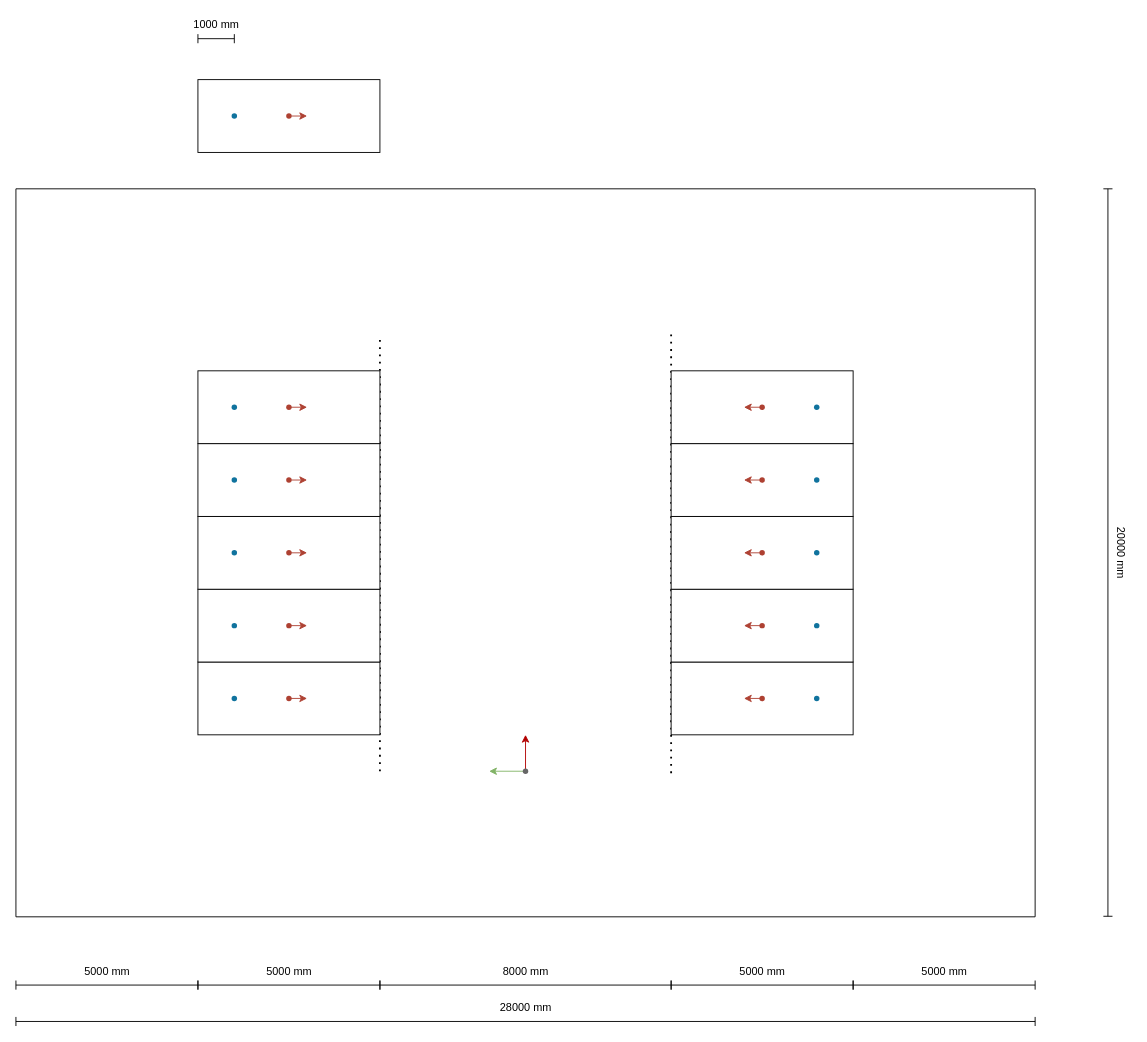
Before: page "left_right_5x5_parkingSpace" (2 of 5) of APA_PATH/20220227_7502_ros_simu_env_parkinglot.assets/ros_sim_env_parkinglot_scenarios.drawio in codeBeefFly/DocsCollection, a draw.io diagram. Source tidied: cells renumbered, new cells numbered last; positions are measured from the earlier drawing's top-left corner, leaving out a move shared by most shapes. Both pictures are drawn from the tidied source at 91%, with x=0, y=0 at pixel (15, 15).
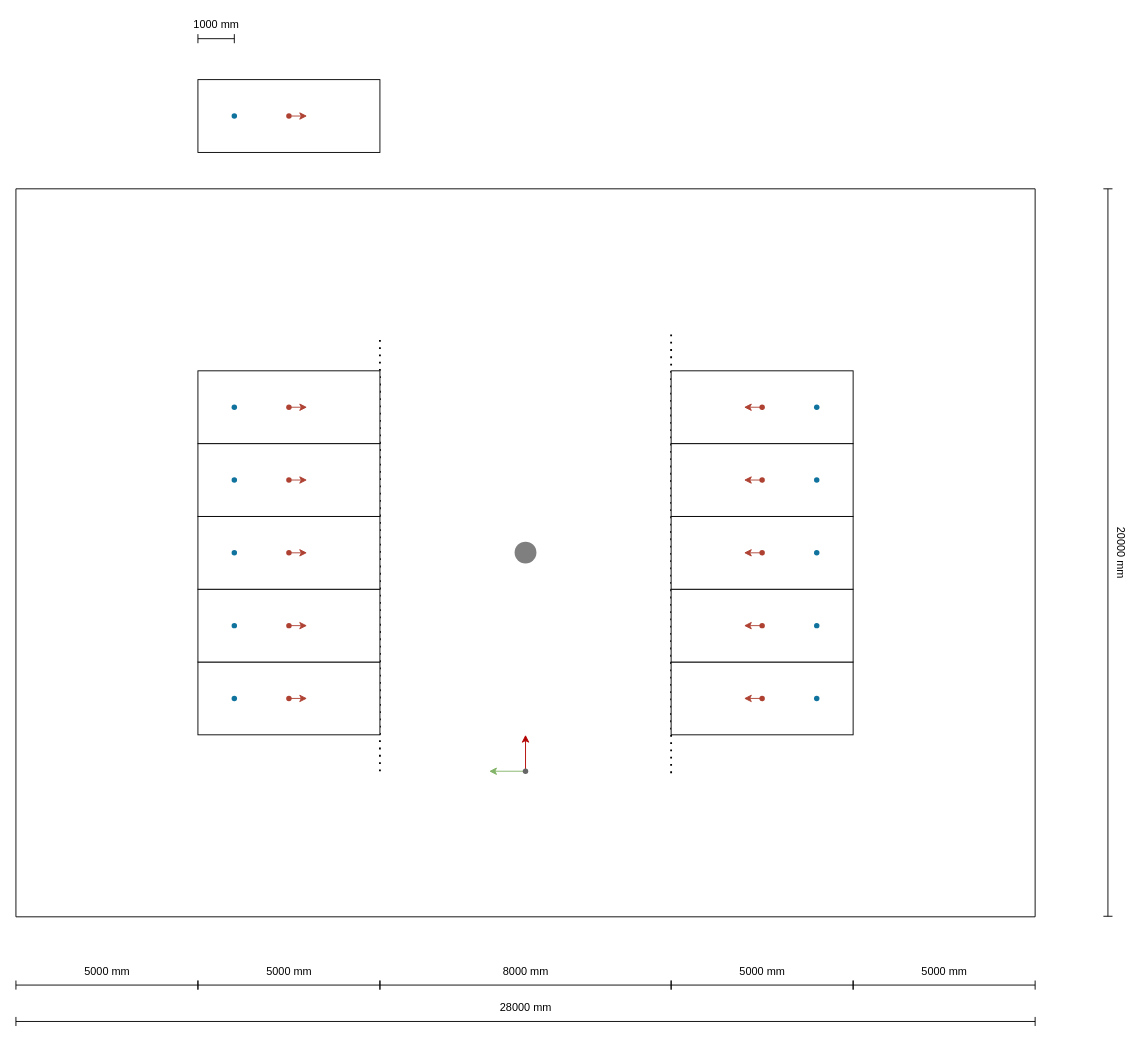
After the change.

Change to the diagram source:
```diff
@@
+    <mxCell id="84" style="shape=waypoint;sketch=0;fillStyle=solid;size=6;fillColor=none;perimeter=centerPerimeter;strokeColor=#000000;strokeWidth=10;opacity=50;" parent="1" vertex="1">
+      <mxGeometry x="540" y="569.7" width="40" height="40" as="geometry" />
+    </mxCell>
```
